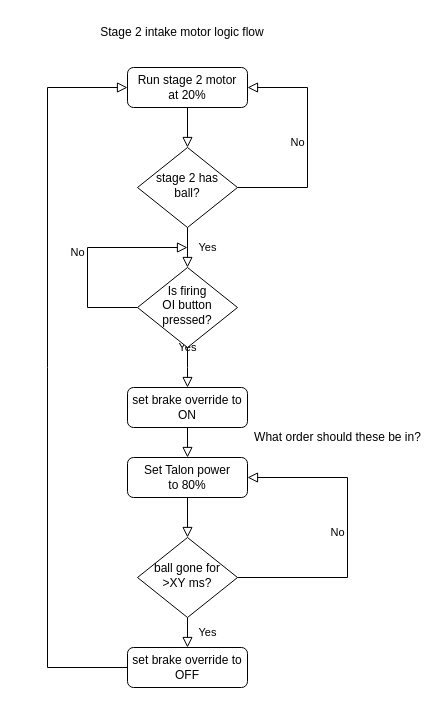
The draw.io diagram diagrams/stage 2 intake motor control.drawio in FRC-2928/VikingRobot2022, before the edit. Source tidied: cells renumbered, new cells numbered last; positions are measured from the earlier drawing's top-left corner, leaving out a move shared by most shapes. Both pictures are drawn from the tidied source at 100%, with x=0, y=0 at pixel (17, 17).
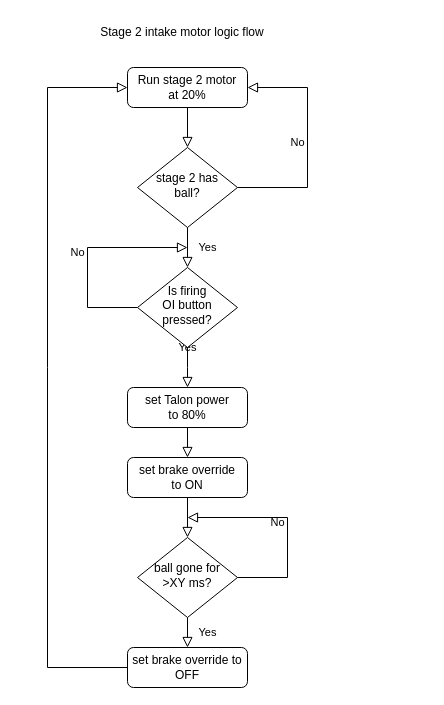
The same page after the edit.

Commit message:
Fixed brake/power setting order.

Unchanged cells that the change refers to:
```xml
<mxCell id="11" value="&lt;div&gt;ball gone for&lt;/div&gt;&lt;div&gt;&amp;gt;XY ms?&lt;br&gt;&lt;/div&gt;" style="rhombus;whiteSpace=wrap;html=1;shadow=0;fontFamily=Helvetica;fontSize=12;align=center;strokeWidth=1;spacing=6;spacingTop=-4;" parent="1" vertex="1">
  <mxGeometry x="120" y="520" width="100" height="80" as="geometry" />
</mxCell>
```

Change to the diagram source:
```diff
@@
-    <mxCell id="8" value="&lt;div&gt;set brake override to&lt;/div&gt;&lt;div&gt;ON&lt;br&gt;&lt;/div&gt;" style="rounded=1;whiteSpace=wrap;html=1;fontSize=12;glass=0;strokeWidth=1;shadow=0;" parent="1" vertex="1">
+    <mxCell id="8" value="&lt;div&gt;set Talon power&lt;/div&gt;&lt;div&gt;to 80%&lt;br&gt;&lt;/div&gt;" style="rounded=1;whiteSpace=wrap;html=1;fontSize=12;glass=0;strokeWidth=1;shadow=0;" parent="1" vertex="1">
       <mxGeometry x="110" y="370" width="120" height="40" as="geometry" />
     </mxCell>
-    <mxCell id="9" value="&lt;div&gt;Set Talon power &lt;br&gt;&lt;/div&gt;&lt;div&gt;to 80%&lt;br&gt;&lt;/div&gt;" style="rounded=1;whiteSpace=wrap;html=1;fontSize=12;glass=0;strokeWidth=1;shadow=0;" parent="1" vertex="1">
+    <mxCell id="9" value="&lt;div&gt;set brake override&lt;/div&gt;&lt;div&gt;to ON&lt;br&gt;&lt;/div&gt;" style="rounded=1;whiteSpace=wrap;html=1;fontSize=12;glass=0;strokeWidth=1;shadow=0;" parent="1" vertex="1">
       <mxGeometry x="110" y="440" width="120" height="40" as="geometry" />
     </mxCell>
@@
-    <mxCell id="13" value="No" style="edgeStyle=orthogonalEdgeStyle;rounded=0;html=1;jettySize=auto;fontSize=11;endArrow=block;endFill=0;endSize=8;strokeWidth=1;shadow=0;labelBackgroundColor=none;entryX=1;entryY=0.5;entryDx=0;entryDy=0;exitX=1;exitY=0.5;exitDx=0;exitDy=0;" parent="1" edge="1" source="11" target="9">
+    <mxCell id="13" value="No" style="edgeStyle=orthogonalEdgeStyle;rounded=0;html=1;jettySize=auto;fontSize=11;endArrow=block;endFill=0;endSize=8;strokeWidth=1;shadow=0;labelBackgroundColor=none;exitX=1;exitY=0.5;exitDx=0;exitDy=0;" parent="1" edge="1" source="11">
       <mxGeometry y="10" relative="1" as="geometry">
+        <mxPoint x="170" y="500" as="targetPoint" />
         <Array as="points">
-          <mxPoint x="330" y="560" />
-          <mxPoint x="330" y="460" />
+          <mxPoint x="270" y="560" />
+          <mxPoint x="270" y="500" />
         </Array>
       </mxGeometry>
     </mxCell>
@@
-    <mxCell id="17" value="What order should these be in?" style="text;html=1;align=center;verticalAlign=middle;strokeColor=none;fillColor=none;" parent="1" vertex="1">
-      <mxGeometry x="230" y="410" width="180" height="20" as="geometry" />
-    </mxCell>
```
